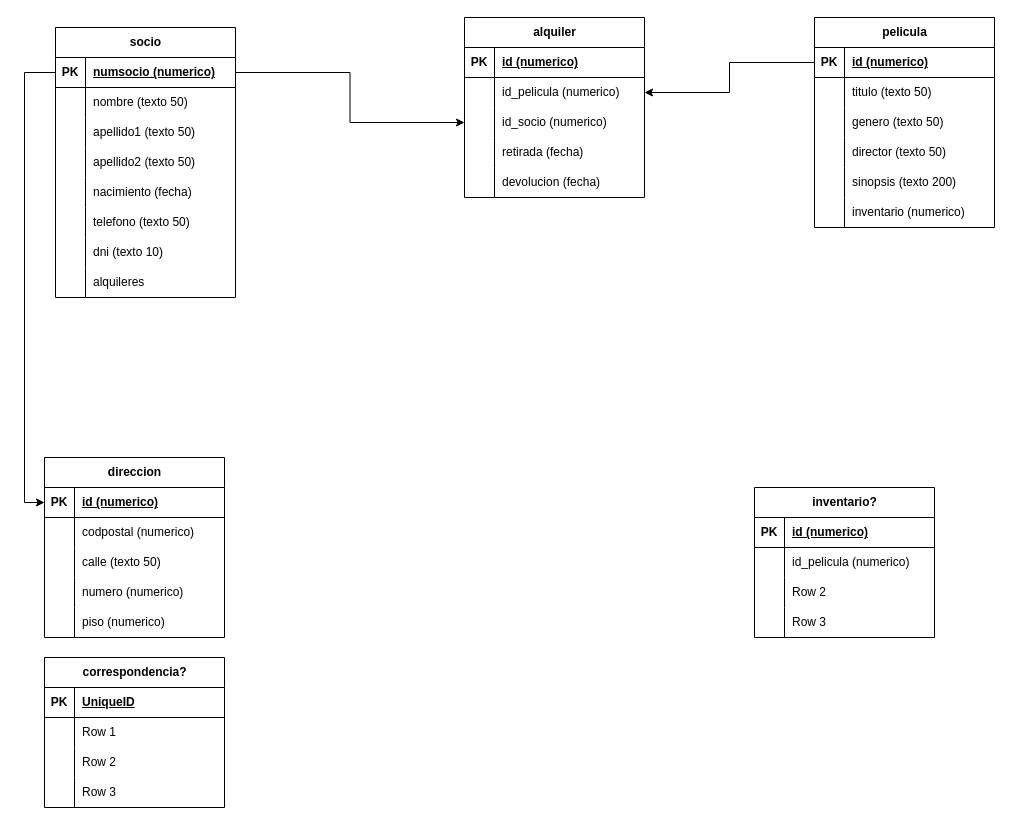
The draw.io diagram videoclub_diagram.drawio in InMentals/Exercise_Modelado_de_datos_SQL, before the edit. Source tidied: cells renumbered, new cells numbered last; positions are measured from the earlier drawing's top-left corner, leaving out a move shared by most shapes. Both pictures are drawn from the tidied source at 100%, with x=0, y=0 at pixel (44, 17).
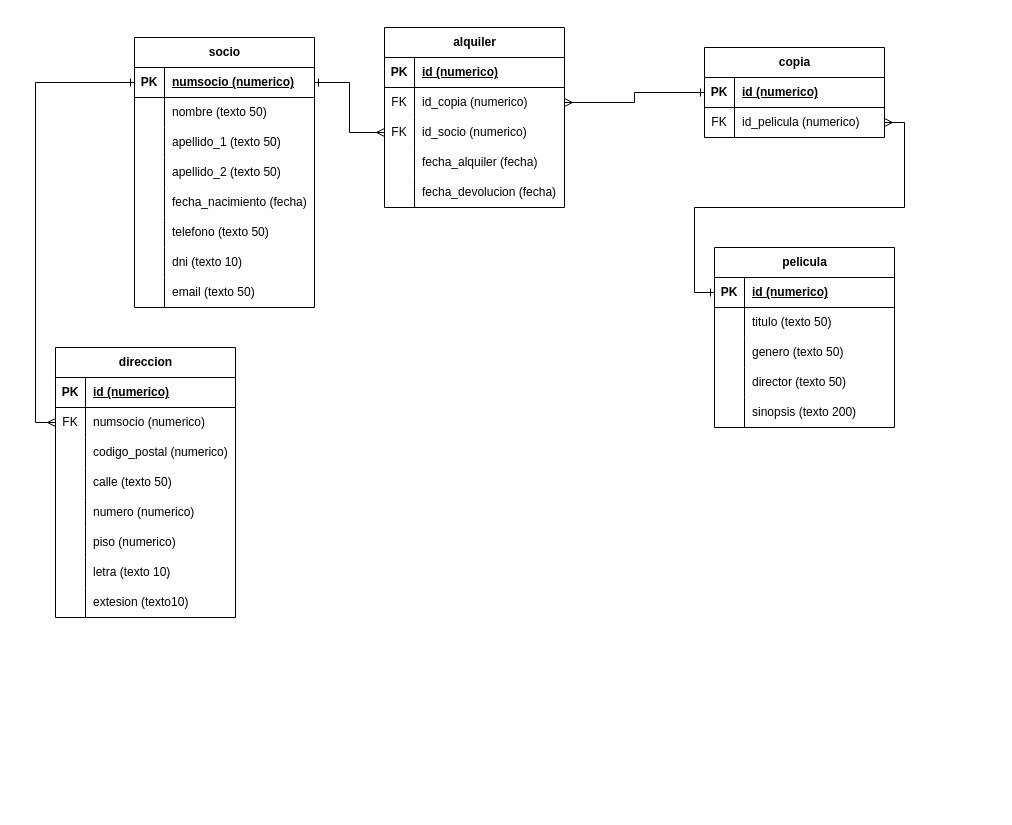
The same diagram, later.

Commit message (it also covers changes not shown here):
diagram created, socio and direccion added to the script

The change refers to these unchanged cells:
```xml
<mxCell id="3" style="shape=tableRow;horizontal=0;startSize=0;swimlaneHead=0;swimlaneBody=0;fillColor=none;points=[[0,0.5],[1,0.5]];portConstraint=eastwest;top=0;left=0;right=0;bottom=1;" parent="2" vertex="1">
  <mxGeometry y="30" width="180" height="30" as="geometry" />
</mxCell>
<mxCell id="9" style="shape=tableRow;horizontal=0;startSize=0;swimlaneHead=0;swimlaneBody=0;fillColor=none;top=0;left=0;right=0;bottom=0;" parent="2" vertex="1">
  <mxGeometry y="90" width="180" height="30" as="geometry" />
</mxCell>
<mxCell id="12" style="shape=tableRow;horizontal=0;startSize=0;swimlaneHead=0;swimlaneBody=0;fillColor=none;top=0;left=0;right=0;bottom=0;" parent="2" vertex="1">
  <mxGeometry y="120" width="180" height="30" as="geometry" />
</mxCell>
<mxCell id="15" style="shape=tableRow;horizontal=0;startSize=0;swimlaneHead=0;swimlaneBody=0;fillColor=none;top=0;left=0;right=0;bottom=0;" parent="2" vertex="1">
  <mxGeometry y="150" width="180" height="30" as="geometry" />
</mxCell>
<mxCell id="28" style="shape=tableRow;horizontal=0;startSize=0;swimlaneHead=0;swimlaneBody=0;fillColor=none;points=[[0,0.5],[1,0.5]];portConstraint=eastwest;top=0;left=0;right=0;bottom=1;" parent="27" vertex="1">
  <mxGeometry y="30" width="180" height="30" as="geometry" />
</mxCell>
<mxCell id="58" style="shape=tableRow;horizontal=0;startSize=0;swimlaneHead=0;swimlaneBody=0;fillColor=none;points=[[0,0.5],[1,0.5]];portConstraint=eastwest;top=0;left=0;right=0;bottom=1;" parent="57" vertex="1">
  <mxGeometry y="30" width="180" height="30" as="geometry" />
</mxCell>
<mxCell id="80" style="shape=tableRow;horizontal=0;startSize=0;swimlaneHead=0;swimlaneBody=0;fillColor=none;points=[[0,0.5],[1,0.5]];portConstraint=eastwest;top=0;left=0;right=0;bottom=0;" parent="76" vertex="1">
  <mxGeometry y="60" width="180" height="30" as="geometry" />
</mxCell>
<mxCell id="83" style="shape=tableRow;horizontal=0;startSize=0;swimlaneHead=0;swimlaneBody=0;fillColor=none;points=[[0,0.5],[1,0.5]];portConstraint=eastwest;top=0;left=0;right=0;bottom=0;" parent="76" vertex="1">
  <mxGeometry y="90" width="180" height="30" as="geometry" />
</mxCell>
<mxCell id="86" style="shape=tableRow;horizontal=0;startSize=0;swimlaneHead=0;swimlaneBody=0;fillColor=none;top=0;left=0;right=0;bottom=0;" parent="76" vertex="1">
  <mxGeometry y="120" width="180" height="30" as="geometry" />
</mxCell>
<mxCell id="89" style="shape=tableRow;horizontal=0;startSize=0;swimlaneHead=0;swimlaneBody=0;fillColor=none;top=0;left=0;right=0;bottom=0;" parent="76" vertex="1">
  <mxGeometry y="150" width="180" height="30" as="geometry" />
</mxCell>
<mxCell id="94" style="shape=tableRow;horizontal=0;startSize=0;swimlaneHead=0;swimlaneBody=0;fillColor=none;points=[[0,0.5],[1,0.5]];portConstraint=eastwest;top=0;left=0;right=0;bottom=1;" parent="93" vertex="1">
  <mxGeometry y="30" width="180" height="30" as="geometry" />
</mxCell>
<mxCell id="97" style="shape=tableRow;horizontal=0;startSize=0;swimlaneHead=0;swimlaneBody=0;fillColor=none;points=[[0,0.5],[1,0.5]];portConstraint=eastwest;top=0;left=0;right=0;bottom=0;" parent="93" vertex="1">
  <mxGeometry y="60" width="180" height="30" as="geometry" />
</mxCell>
```

What changed in the source:
```diff
@@
     <mxCell id="2" value="socio" style="shape=table;startSize=30;childLayout=tableLayout;rowLines=0;fontStyle=1;align=center;html=1;" parent="1" vertex="1">
-      <mxGeometry x="11" y="10" width="180" height="270" as="geometry" />
+      <mxGeometry x="90" y="20" width="180" height="270" as="geometry" />
     </mxCell>
@@
-    <mxCell id="11" value="apellido1 (texto 50)" style="shape=partialRectangle;fillColor=none;top=0;left=0;bottom=0;right=0;align=left;spacingLeft=6;overflow=hidden;whiteSpace=wrap;html=1;" parent="9" vertex="1">
+    <mxCell id="11" value="apellido_1 (texto 50)" style="shape=partialRectangle;fillColor=none;top=0;left=0;bottom=0;right=0;align=left;spacingLeft=6;overflow=hidden;whiteSpace=wrap;html=1;" parent="9" vertex="1">
       <mxGeometry x="30" width="150" height="30" as="geometry" />
     </mxCell>
@@
-    <mxCell id="14" value="apellido2 (texto 50)" style="shape=partialRectangle;fillColor=none;top=0;left=0;bottom=0;right=0;align=left;spacingLeft=6;overflow=hidden;whiteSpace=wrap;html=1;" parent="12" vertex="1">
+    <mxCell id="14" value="apellido_2 (texto 50)" style="shape=partialRectangle;fillColor=none;top=0;left=0;bottom=0;right=0;align=left;spacingLeft=6;overflow=hidden;whiteSpace=wrap;html=1;" parent="12" vertex="1">
       <mxGeometry x="30" width="150" height="30" as="geometry" />
     </mxCell>
@@
-    <mxCell id="17" value="nacimiento (fecha)" style="shape=partialRectangle;fillColor=none;top=0;left=0;bottom=0;right=0;align=left;spacingLeft=6;overflow=hidden;whiteSpace=wrap;html=1;" parent="15" vertex="1">
+    <mxCell id="17" value="fecha_nacimiento (fecha)" style="shape=partialRectangle;fillColor=none;top=0;left=0;bottom=0;right=0;align=left;spacingLeft=6;overflow=hidden;whiteSpace=wrap;html=1;" parent="15" vertex="1">
       <mxGeometry x="30" width="150" height="30" as="geometry" />
     </mxCell>
@@
-    <mxCell id="24" style="shape=tableRow;horizontal=0;startSize=0;swimlaneHead=0;swimlaneBody=0;fillColor=none;top=0;left=0;right=0;bottom=0;" parent="2" vertex="1">
-      <mxGeometry y="240" width="180" height="30" as="geometry" />
-    </mxCell>
-    <mxCell id="25" style="shape=partialRectangle;fillColor=none;top=0;left=0;bottom=0;right=0;overflow=hidden;whiteSpace=wrap;html=1;" parent="24" vertex="1">
-      <mxGeometry width="30" height="30" as="geometry" />
-    </mxCell>
-    <mxCell id="26" value="alquileres" style="shape=partialRectangle;fillColor=none;top=0;left=0;bottom=0;right=0;align=left;spacingLeft=6;overflow=hidden;whiteSpace=wrap;html=1;" parent="24" vertex="1">
-      <mxGeometry x="30" width="150" height="30" as="geometry" />
-    </mxCell>
+    <mxCell id="107" style="shape=tableRow;horizontal=0;startSize=0;swimlaneHead=0;swimlaneBody=0;fillColor=none;top=0;left=0;right=0;bottom=0;" parent="2" vertex="1">
+      <mxGeometry y="240" width="180" height="30" as="geometry" />
+    </mxCell>
+    <mxCell id="108" style="shape=partialRectangle;fillColor=none;top=0;left=0;bottom=0;right=0;overflow=hidden;whiteSpace=wrap;html=1;" parent="107" vertex="1">
+      <mxGeometry width="30" height="30" as="geometry" />
+    </mxCell>
+    <mxCell id="109" value="email (texto 50)" style="shape=partialRectangle;fillColor=none;top=0;left=0;bottom=0;right=0;align=left;spacingLeft=6;overflow=hidden;whiteSpace=wrap;html=1;" parent="107" vertex="1">
+      <mxGeometry x="30" width="150" height="30" as="geometry" />
+    </mxCell>
     <mxCell id="27" value="direccion" style="shape=table;startSize=30;childLayout=tableLayout;rowLines=0;fontStyle=1;align=center;html=1;" parent="1" vertex="1">
-      <mxGeometry y="440" width="180" height="180" as="geometry" />
+      <mxGeometry x="11" y="330" width="180" height="270" as="geometry" />
     </mxCell>
@@
+    <mxCell id="48" style="shape=tableRow;horizontal=0;startSize=0;swimlaneHead=0;swimlaneBody=0;fillColor=none;points=[[0,0.5],[1,0.5]];portConstraint=eastwest;top=0;left=0;right=0;bottom=0;" parent="27" vertex="1">
+      <mxGeometry y="60" width="180" height="30" as="geometry" />
+    </mxCell>
+    <mxCell id="110" value="FK" style="shape=partialRectangle;fillColor=none;top=0;left=0;bottom=0;right=0;overflow=hidden;whiteSpace=wrap;html=1;" parent="48" vertex="1">
+      <mxGeometry width="30" height="30" as="geometry" />
+    </mxCell>
+    <mxCell id="111" value="numsocio (numerico)" style="shape=partialRectangle;fillColor=none;top=0;left=0;bottom=0;right=0;align=left;spacingLeft=6;overflow=hidden;whiteSpace=wrap;html=1;" parent="48" vertex="1">
+      <mxGeometry x="30" width="150" height="30" as="geometry" />
+    </mxCell>
     <mxCell id="31" style="shape=tableRow;horizontal=0;startSize=0;swimlaneHead=0;swimlaneBody=0;fillColor=none;top=0;left=0;right=0;bottom=0;" parent="27" vertex="1">
-      <mxGeometry y="60" width="180" height="30" as="geometry" />
+      <mxGeometry y="90" width="180" height="30" as="geometry" />
     </mxCell>
@@
-    <mxCell id="33" value="codpostal (numerico)" style="shape=partialRectangle;fillColor=none;top=0;left=0;bottom=0;right=0;align=left;spacingLeft=6;overflow=hidden;whiteSpace=wrap;html=1;" parent="31" vertex="1">
+    <mxCell id="33" value="codigo_postal (numerico)" style="shape=partialRectangle;fillColor=none;top=0;left=0;bottom=0;right=0;align=left;spacingLeft=6;overflow=hidden;whiteSpace=wrap;html=1;" parent="31" vertex="1">
       <mxGeometry x="30" width="150" height="30" as="geometry" />
     </mxCell>
     <mxCell id="34" style="shape=tableRow;horizontal=0;startSize=0;swimlaneHead=0;swimlaneBody=0;fillColor=none;top=0;left=0;right=0;bottom=0;" parent="27" vertex="1">
-      <mxGeometry y="90" width="180" height="30" as="geometry" />
+      <mxGeometry y="120" width="180" height="30" as="geometry" />
     </mxCell>
@@
     <mxCell id="37" style="shape=tableRow;horizontal=0;startSize=0;swimlaneHead=0;swimlaneBody=0;fillColor=none;top=0;left=0;right=0;bottom=0;" parent="27" vertex="1">
-      <mxGeometry y="120" width="180" height="30" as="geometry" />
+      <mxGeometry y="150" width="180" height="30" as="geometry" />
     </mxCell>
@@
     <mxCell id="40" style="shape=tableRow;horizontal=0;startSize=0;swimlaneHead=0;swimlaneBody=0;fillColor=none;top=0;left=0;right=0;bottom=0;" parent="27" vertex="1">
-      <mxGeometry y="150" width="180" height="30" as="geometry" />
+      <mxGeometry y="180" width="180" height="30" as="geometry" />
     </mxCell>
@@
-    <mxCell id="43" style="edgeStyle=orthogonalEdgeStyle;rounded=0;jettySize=auto;html=1;entryX=0;entryY=0.5;entryDx=0;entryDy=0;" parent="1" edge="1" source="3" target="28">
-      <mxGeometry relative="1" as="geometry" />
-    </mxCell>
-    <mxCell id="44" value="correspondencia?" style="shape=table;startSize=30;childLayout=tableLayout;rowLines=0;fontStyle=1;align=center;html=1;" parent="1" vertex="1">
-      <mxGeometry y="640" width="180" height="150" as="geometry" />
-    </mxCell>
-    <mxCell id="45" style="shape=tableRow;horizontal=0;startSize=0;swimlaneHead=0;swimlaneBody=0;fillColor=none;top=0;left=0;right=0;bottom=1;" parent="44" vertex="1">
-      <mxGeometry y="30" width="180" height="30" as="geometry" />
-    </mxCell>
-    <mxCell id="46" value="PK" style="shape=partialRectangle;fillColor=none;top=0;left=0;bottom=0;right=0;fontStyle=1;overflow=hidden;whiteSpace=wrap;html=1;" parent="45" vertex="1">
-      <mxGeometry width="30" height="30" as="geometry" />
-    </mxCell>
-    <mxCell id="47" value="UniqueID" style="shape=partialRectangle;fillColor=none;top=0;left=0;bottom=0;right=0;align=left;spacingLeft=6;fontStyle=5;overflow=hidden;whiteSpace=wrap;html=1;" parent="45" vertex="1">
-      <mxGeometry x="30" width="150" height="30" as="geometry" />
-    </mxCell>
-    <mxCell id="48" style="shape=tableRow;horizontal=0;startSize=0;swimlaneHead=0;swimlaneBody=0;fillColor=none;points=[[0,0.5],[1,0.5]];portConstraint=eastwest;top=0;left=0;right=0;bottom=0;" parent="44" vertex="1">
-      <mxGeometry y="60" width="180" height="30" as="geometry" />
-    </mxCell>
-    <mxCell id="49" style="shape=partialRectangle;fillColor=none;top=0;left=0;bottom=0;right=0;overflow=hidden;whiteSpace=wrap;html=1;" parent="48" vertex="1">
-      <mxGeometry width="30" height="30" as="geometry" />
-    </mxCell>
-    <mxCell id="50" value="Row 1" style="shape=partialRectangle;fillColor=none;top=0;left=0;bottom=0;right=0;align=left;spacingLeft=6;overflow=hidden;whiteSpace=wrap;html=1;" parent="48" vertex="1">
-      <mxGeometry x="30" width="150" height="30" as="geometry" />
-    </mxCell>
-    <mxCell id="51" style="shape=tableRow;horizontal=0;startSize=0;swimlaneHead=0;swimlaneBody=0;fillColor=none;top=0;left=0;right=0;bottom=0;" parent="44" vertex="1">
-      <mxGeometry y="90" width="180" height="30" as="geometry" />
-    </mxCell>
-    <mxCell id="52" style="shape=partialRectangle;fillColor=none;top=0;left=0;bottom=0;right=0;overflow=hidden;whiteSpace=wrap;html=1;" parent="51" vertex="1">
-      <mxGeometry width="30" height="30" as="geometry" />
-    </mxCell>
-    <mxCell id="53" value="Row 2" style="shape=partialRectangle;fillColor=none;top=0;left=0;bottom=0;right=0;align=left;spacingLeft=6;overflow=hidden;whiteSpace=wrap;html=1;" parent="51" vertex="1">
-      <mxGeometry x="30" width="150" height="30" as="geometry" />
-    </mxCell>
-    <mxCell id="54" style="shape=tableRow;horizontal=0;startSize=0;swimlaneHead=0;swimlaneBody=0;fillColor=none;top=0;left=0;right=0;bottom=0;" parent="44" vertex="1">
-      <mxGeometry y="120" width="180" height="30" as="geometry" />
-    </mxCell>
-    <mxCell id="55" style="shape=partialRectangle;fillColor=none;top=0;left=0;bottom=0;right=0;overflow=hidden;whiteSpace=wrap;html=1;" parent="54" vertex="1">
-      <mxGeometry width="30" height="30" as="geometry" />
-    </mxCell>
-    <mxCell id="56" value="Row 3" style="shape=partialRectangle;fillColor=none;top=0;left=0;bottom=0;right=0;align=left;spacingLeft=6;overflow=hidden;whiteSpace=wrap;html=1;" parent="54" vertex="1">
-      <mxGeometry x="30" width="150" height="30" as="geometry" />
-    </mxCell>
+    <mxCell id="112" style="shape=tableRow;horizontal=0;startSize=0;swimlaneHead=0;swimlaneBody=0;fillColor=none;top=0;left=0;right=0;bottom=0;" parent="27" vertex="1">
+      <mxGeometry y="210" width="180" height="30" as="geometry" />
+    </mxCell>
+    <mxCell id="113" style="shape=partialRectangle;fillColor=none;top=0;left=0;bottom=0;right=0;overflow=hidden;whiteSpace=wrap;html=1;" parent="112" vertex="1">
+      <mxGeometry width="30" height="30" as="geometry" />
+    </mxCell>
+    <mxCell id="114" value="letra (texto 10)" style="shape=partialRectangle;fillColor=none;top=0;left=0;bottom=0;right=0;align=left;spacingLeft=6;overflow=hidden;whiteSpace=wrap;html=1;" parent="112" vertex="1">
+      <mxGeometry x="30" width="150" height="30" as="geometry" />
+    </mxCell>
+    <mxCell id="115" style="shape=tableRow;horizontal=0;startSize=0;swimlaneHead=0;swimlaneBody=0;fillColor=none;top=0;left=0;right=0;bottom=0;" parent="27" vertex="1">
+      <mxGeometry y="240" width="180" height="30" as="geometry" />
+    </mxCell>
+    <mxCell id="116" style="shape=partialRectangle;fillColor=none;top=0;left=0;bottom=0;right=0;overflow=hidden;whiteSpace=wrap;html=1;" parent="115" vertex="1">
+      <mxGeometry width="30" height="30" as="geometry" />
+    </mxCell>
+    <mxCell id="117" value="extesion (texto10)" style="shape=partialRectangle;fillColor=none;top=0;left=0;bottom=0;right=0;align=left;spacingLeft=6;overflow=hidden;whiteSpace=wrap;html=1;" parent="115" vertex="1">
+      <mxGeometry x="30" width="150" height="30" as="geometry" />
+    </mxCell>
     <mxCell id="57" value="pelicula" style="shape=table;startSize=30;childLayout=tableLayout;rowLines=0;fontStyle=1;align=center;html=1;" parent="1" vertex="1">
-      <mxGeometry x="770" width="180" height="210" as="geometry" />
+      <mxGeometry x="670" y="230" width="180" height="180" as="geometry" />
     </mxCell>
@@
-    <mxCell id="73" style="shape=tableRow;horizontal=0;startSize=0;swimlaneHead=0;swimlaneBody=0;fillColor=none;top=0;left=0;right=0;bottom=0;" parent="57" vertex="1">
-      <mxGeometry y="180" width="180" height="30" as="geometry" />
-    </mxCell>
-    <mxCell id="74" style="shape=partialRectangle;fillColor=none;top=0;left=0;bottom=0;right=0;overflow=hidden;whiteSpace=wrap;html=1;" parent="73" vertex="1">
-      <mxGeometry width="30" height="30" as="geometry" />
-    </mxCell>
-    <mxCell id="75" value="inventario (numerico)" style="shape=partialRectangle;fillColor=none;top=0;left=0;bottom=0;right=0;align=left;spacingLeft=6;overflow=hidden;whiteSpace=wrap;html=1;" parent="73" vertex="1">
-      <mxGeometry x="30" width="150" height="30" as="geometry" />
-    </mxCell>
     <mxCell id="76" value="alquiler" style="shape=table;startSize=30;childLayout=tableLayout;rowLines=0;fontStyle=1;align=center;html=1;" parent="1" vertex="1">
-      <mxGeometry x="420" width="180" height="180" as="geometry" />
+      <mxGeometry x="340" y="10" width="180" height="180" as="geometry" />
     </mxCell>
@@
-    <mxCell id="81" style="shape=partialRectangle;fillColor=none;top=0;left=0;bottom=0;right=0;overflow=hidden;whiteSpace=wrap;html=1;" parent="80" vertex="1">
+    <mxCell id="81" value="FK" style="shape=partialRectangle;fillColor=none;top=0;left=0;bottom=0;right=0;overflow=hidden;whiteSpace=wrap;html=1;" parent="80" vertex="1">
       <mxGeometry width="30" height="30" as="geometry" />
     </mxCell>
-    <mxCell id="82" value="id_pelicula (numerico)" style="shape=partialRectangle;fillColor=none;top=0;left=0;bottom=0;right=0;align=left;spacingLeft=6;overflow=hidden;whiteSpace=wrap;html=1;" parent="80" vertex="1">
+    <mxCell id="82" value="id_copia (numerico)" style="shape=partialRectangle;fillColor=none;top=0;left=0;bottom=0;right=0;align=left;spacingLeft=6;overflow=hidden;whiteSpace=wrap;html=1;" parent="80" vertex="1">
       <mxGeometry x="30" width="150" height="30" as="geometry" />
     </mxCell>
@@
-    <mxCell id="84" style="shape=partialRectangle;fillColor=none;top=0;left=0;bottom=0;right=0;overflow=hidden;whiteSpace=wrap;html=1;" parent="83" vertex="1">
+    <mxCell id="84" value="FK" style="shape=partialRectangle;fillColor=none;top=0;left=0;bottom=0;right=0;overflow=hidden;whiteSpace=wrap;html=1;" parent="83" vertex="1">
       <mxGeometry width="30" height="30" as="geometry" />
     </mxCell>
@@
-    <mxCell id="88" value="retirada (fecha)" style="shape=partialRectangle;fillColor=none;top=0;left=0;bottom=0;right=0;align=left;spacingLeft=6;overflow=hidden;whiteSpace=wrap;html=1;" parent="86" vertex="1">
+    <mxCell id="88" value="fecha_alquiler (fecha)" style="shape=partialRectangle;fillColor=none;top=0;left=0;bottom=0;right=0;align=left;spacingLeft=6;overflow=hidden;whiteSpace=wrap;html=1;" parent="86" vertex="1">
       <mxGeometry x="30" width="150" height="30" as="geometry" />
     </mxCell>
@@
-    <mxCell id="91" value="devolucion (fecha)" style="shape=partialRectangle;fillColor=none;top=0;left=0;bottom=0;right=0;align=left;spacingLeft=6;overflow=hidden;whiteSpace=wrap;html=1;" parent="89" vertex="1">
+    <mxCell id="91" value="fecha_devolucion (fecha)" style="shape=partialRectangle;fillColor=none;top=0;left=0;bottom=0;right=0;align=left;spacingLeft=6;overflow=hidden;whiteSpace=wrap;html=1;" parent="89" vertex="1">
       <mxGeometry x="30" width="150" height="30" as="geometry" />
     </mxCell>
-    <mxCell id="92" style="edgeStyle=orthogonalEdgeStyle;rounded=0;jettySize=auto;html=1;entryX=0;entryY=0.5;entryDx=0;entryDy=0;" parent="1" edge="1" source="3" target="83">
+    <mxCell id="92" style="edgeStyle=orthogonalEdgeStyle;rounded=0;jettySize=auto;html=1;entryX=0;entryY=0.5;entryDx=0;entryDy=0;startArrow=ERone;startFill=0;endArrow=ERmany;endFill=0;" parent="1" edge="1" source="3" target="83">
       <mxGeometry relative="1" as="geometry" />
     </mxCell>
-    <mxCell id="93" value="inventario?" style="shape=table;startSize=30;childLayout=tableLayout;rowLines=0;fontStyle=1;align=center;html=1;" parent="1" vertex="1">
-      <mxGeometry x="710" y="470" width="180" height="150" as="geometry" />
+    <mxCell id="93" value="copia" style="shape=table;startSize=30;childLayout=tableLayout;rowLines=0;fontStyle=1;align=center;html=1;" parent="1" vertex="1">
+      <mxGeometry x="660" y="30" width="180" height="90" as="geometry" />
     </mxCell>
@@
-    <mxCell id="98" style="shape=partialRectangle;fillColor=none;top=0;left=0;bottom=0;right=0;overflow=hidden;whiteSpace=wrap;html=1;" parent="97" vertex="1">
+    <mxCell id="98" value="FK" style="shape=partialRectangle;fillColor=none;top=0;left=0;bottom=0;right=0;overflow=hidden;whiteSpace=wrap;html=1;" parent="97" vertex="1">
       <mxGeometry width="30" height="30" as="geometry" />
     </mxCell>
@@
-    <mxCell id="100" style="shape=tableRow;horizontal=0;startSize=0;swimlaneHead=0;swimlaneBody=0;fillColor=none;top=0;left=0;right=0;bottom=0;" parent="93" vertex="1">
-      <mxGeometry y="90" width="180" height="30" as="geometry" />
-    </mxCell>
-    <mxCell id="101" style="shape=partialRectangle;fillColor=none;top=0;left=0;bottom=0;right=0;overflow=hidden;whiteSpace=wrap;html=1;" parent="100" vertex="1">
-      <mxGeometry width="30" height="30" as="geometry" />
-    </mxCell>
-    <mxCell id="102" value="Row 2" style="shape=partialRectangle;fillColor=none;top=0;left=0;bottom=0;right=0;align=left;spacingLeft=6;overflow=hidden;whiteSpace=wrap;html=1;" parent="100" vertex="1">
-      <mxGeometry x="30" width="150" height="30" as="geometry" />
-    </mxCell>
-    <mxCell id="103" style="shape=tableRow;horizontal=0;startSize=0;swimlaneHead=0;swimlaneBody=0;fillColor=none;top=0;left=0;right=0;bottom=0;" parent="93" vertex="1">
-      <mxGeometry y="120" width="180" height="30" as="geometry" />
-    </mxCell>
-    <mxCell id="104" style="shape=partialRectangle;fillColor=none;top=0;left=0;bottom=0;right=0;overflow=hidden;whiteSpace=wrap;html=1;" parent="103" vertex="1">
-      <mxGeometry width="30" height="30" as="geometry" />
-    </mxCell>
-    <mxCell id="105" value="Row 3" style="shape=partialRectangle;fillColor=none;top=0;left=0;bottom=0;right=0;align=left;spacingLeft=6;overflow=hidden;whiteSpace=wrap;html=1;" parent="103" vertex="1">
-      <mxGeometry x="30" width="150" height="30" as="geometry" />
-    </mxCell>
-    <mxCell id="106" style="edgeStyle=orthogonalEdgeStyle;rounded=0;jettySize=auto;html=1;entryX=1;entryY=0.5;entryDx=0;entryDy=0;" parent="1" edge="1" source="58" target="80">
-      <mxGeometry relative="1" as="geometry" />
-    </mxCell>
+    <mxCell id="118" style="edgeStyle=orthogonalEdgeStyle;rounded=0;jettySize=auto;html=1;entryX=1;entryY=0.5;entryDx=0;entryDy=0;startArrow=ERone;startFill=0;endArrow=ERmany;endFill=0;" parent="1" edge="1" source="94" target="80">
+      <mxGeometry relative="1" as="geometry" />
+    </mxCell>
+    <mxCell id="119" style="edgeStyle=orthogonalEdgeStyle;rounded=0;jettySize=auto;html=1;entryX=1;entryY=0.5;entryDx=0;entryDy=0;startArrow=ERone;startFill=0;endArrow=ERmany;endFill=0;" parent="1" edge="1" source="58" target="97">
+      <mxGeometry relative="1" as="geometry" />
+    </mxCell>
+    <mxCell id="120" style="edgeStyle=orthogonalEdgeStyle;rounded=0;jettySize=auto;html=1;entryX=0;entryY=0.5;entryDx=0;entryDy=0;startArrow=ERone;startFill=0;endArrow=ERmany;endFill=0;" parent="1" edge="1" source="3" target="48">
+      <mxGeometry relative="1" as="geometry" />
+    </mxCell>
```
